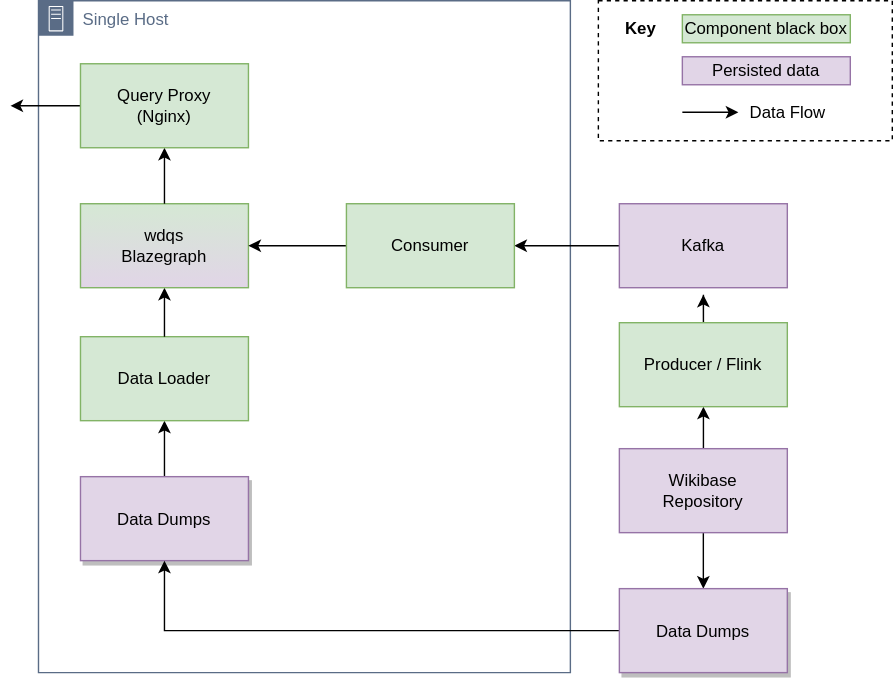
The draw.io diagram systems/Query/diagrams/07-wikidata-deployment-single-host.drawio.svg in wmde/wikidata-wikibase-architecture, before a commit. Source tidied: cells renumbered, new cells last; positions are measured from the earlier drawing's top-left corner, leaving out a move shared by most shapes. Its diagram source:
```xml
<mxGraphModel>
  <root>
    <mxCell id="0" />
    <mxCell id="1" parent="0" />
    <mxCell id="2" value="Single Host" style="gradientColor=none;html=1;whiteSpace=wrap;fontSize=12;fontStyle=0;shape=mxgraph.aws4.group;grIcon=mxgraph.aws4.group_on_premise;strokeColor=#5A6C86;fillColor=none;verticalAlign=top;align=left;spacingLeft=30;fontColor=#5A6C86;dashed=0;" parent="1" vertex="1">
      <mxGeometry x="20" width="380" height="480" as="geometry" />
    </mxCell>
    <mxCell id="3" style="edgeStyle=orthogonalEdgeStyle;rounded=0;jettySize=auto;html=1;" parent="1" edge="1" source="5" target="25">
      <mxGeometry relative="1" as="geometry" />
    </mxCell>
    <mxCell id="4" style="edgeStyle=orthogonalEdgeStyle;rounded=0;jettySize=auto;html=1;entryX=0.5;entryY=1;entryDx=0;entryDy=0;" parent="1" edge="1" source="5" target="27">
      <mxGeometry relative="1" as="geometry" />
    </mxCell>
    <mxCell id="5" value="Wikibase&lt;br&gt;Repository" style="rounded=0;whiteSpace=wrap;html=1;fillColor=#e1d5e7;strokeColor=#9673a6;" parent="1" vertex="1">
      <mxGeometry x="435" y="320" width="120" height="60" as="geometry" />
    </mxCell>
    <mxCell id="6" style="edgeStyle=orthogonalEdgeStyle;rounded=0;jettySize=auto;html=1;entryX=1;entryY=0.5;entryDx=0;entryDy=0;" parent="1" edge="1" source="7" target="23">
      <mxGeometry relative="1" as="geometry" />
    </mxCell>
    <mxCell id="7" value="Kafka" style="rounded=0;whiteSpace=wrap;html=1;fillColor=#e1d5e7;strokeColor=#9673a6;" parent="1" vertex="1">
      <mxGeometry x="435" y="145" width="120" height="60" as="geometry" />
    </mxCell>
    <mxCell id="8" style="rounded=0;whiteSpace=wrap;html=1;fillColor=none;dashed=1;" parent="1" vertex="1">
      <mxGeometry x="420" width="210" height="100" as="geometry" />
    </mxCell>
    <mxCell id="9" value="&lt;b&gt;Key&lt;/b&gt;" style="text;html=1;align=center;verticalAlign=middle;strokeColor=none;" parent="1" vertex="1">
      <mxGeometry x="430" y="10" width="40" height="20" as="geometry" />
    </mxCell>
    <mxCell id="10" value="Component black box" style="rounded=0;whiteSpace=wrap;html=1;align=center;fillColor=#d5e8d4;strokeColor=#82b366;" parent="1" vertex="1">
      <mxGeometry x="480" y="10" width="120" height="20" as="geometry" />
    </mxCell>
    <mxCell id="11" value="Persisted data" style="rounded=0;whiteSpace=wrap;html=1;align=center;fillColor=#e1d5e7;strokeColor=#9673a6;" parent="1" vertex="1">
      <mxGeometry x="480" y="40" width="120" height="20" as="geometry" />
    </mxCell>
    <mxCell id="12" style="endArrow=classic;html=1;" parent="1" edge="1">
      <mxGeometry relative="1" as="geometry">
        <mxPoint x="480" y="79.7" as="sourcePoint" />
        <mxPoint x="520" y="79.7" as="targetPoint" />
      </mxGeometry>
    </mxCell>
    <mxCell id="13" value="Data Flow" style="text;html=1;align=center;verticalAlign=middle;strokeColor=none;" parent="1" vertex="1">
      <mxGeometry x="520" y="70" width="70" height="20" as="geometry" />
    </mxCell>
    <mxCell id="14" style="edgeStyle=orthogonalEdgeStyle;rounded=0;jettySize=auto;html=1;entryX=0.5;entryY=1;entryDx=0;entryDy=0;" parent="1" edge="1" source="15" target="16">
      <mxGeometry relative="1" as="geometry" />
    </mxCell>
    <mxCell id="15" value="Data Dumps" style="rounded=0;shadow=1;fontSize=12;strokeColor=#9673a6;direction=west;fillColor=#e1d5e7;" parent="1" vertex="1">
      <mxGeometry x="50" y="340" width="120" height="60" as="geometry" />
    </mxCell>
    <mxCell id="16" value="Data Loader" style="rounded=0;whiteSpace=wrap;html=1;fillColor=#d5e8d4;strokeColor=#82b366;" parent="1" vertex="1">
      <mxGeometry x="50" y="240" width="120" height="60" as="geometry" />
    </mxCell>
    <mxCell id="17" style="edgeStyle=orthogonalEdgeStyle;rounded=0;jettySize=auto;html=1;entryX=0.5;entryY=1;entryDx=0;entryDy=0;" parent="1" edge="1" source="16" target="18">
      <mxGeometry relative="1" as="geometry" />
    </mxCell>
    <mxCell id="18" value="wdqs&lt;br&gt;Blazegraph" style="rounded=0;whiteSpace=wrap;html=1;fillColor=#d5e8d4;strokeColor=#82b366;gradientColor=#E1D5E7;" parent="1" vertex="1">
      <mxGeometry x="50" y="145" width="120" height="60" as="geometry" />
    </mxCell>
    <mxCell id="19" style="edgeStyle=orthogonalEdgeStyle;rounded=0;jettySize=auto;html=1;entryX=0.5;entryY=1;entryDx=0;entryDy=0;" parent="1" edge="1" source="18" target="21">
      <mxGeometry relative="1" as="geometry" />
    </mxCell>
    <mxCell id="20" style="edgeStyle=orthogonalEdgeStyle;rounded=0;jettySize=auto;html=1;" parent="1" edge="1" source="21">
      <mxGeometry relative="1" as="geometry">
        <mxPoint y="75" as="targetPoint" />
      </mxGeometry>
    </mxCell>
    <mxCell id="21" value="Query Proxy&lt;br&gt;(Nginx)" style="rounded=0;whiteSpace=wrap;html=1;fillColor=#d5e8d4;strokeColor=#82b366;" parent="1" vertex="1">
      <mxGeometry x="50" y="45" width="120" height="60" as="geometry" />
    </mxCell>
    <mxCell id="22" style="edgeStyle=orthogonalEdgeStyle;rounded=0;jettySize=auto;html=1;entryX=1;entryY=0.5;entryDx=0;entryDy=0;" parent="1" edge="1" source="23" target="18">
      <mxGeometry relative="1" as="geometry" />
    </mxCell>
    <mxCell id="23" value="Consumer" style="rounded=0;whiteSpace=wrap;html=1;fillColor=#d5e8d4;strokeColor=#82b366;" parent="1" vertex="1">
      <mxGeometry x="240" y="145" width="120" height="60" as="geometry" />
    </mxCell>
    <mxCell id="24" style="edgeStyle=orthogonalEdgeStyle;rounded=0;jettySize=auto;html=1;" parent="1" edge="1" source="25">
      <mxGeometry relative="1" as="geometry">
        <mxPoint x="495" y="210" as="targetPoint" />
      </mxGeometry>
    </mxCell>
    <mxCell id="25" value="Producer / Flink" style="rounded=0;whiteSpace=wrap;html=1;fillColor=#d5e8d4;strokeColor=#82b366;" parent="1" vertex="1">
      <mxGeometry x="435" y="230" width="120" height="60" as="geometry" />
    </mxCell>
    <mxCell id="26" style="edgeStyle=orthogonalEdgeStyle;rounded=0;jettySize=auto;html=1;" parent="1" edge="1" source="27" target="15">
      <mxGeometry relative="1" as="geometry" />
    </mxCell>
    <mxCell id="27" value="Data Dumps" style="rounded=0;shadow=1;fontSize=12;strokeColor=#9673a6;direction=west;fillColor=#e1d5e7;" parent="1" vertex="1">
      <mxGeometry x="435" y="420" width="120" height="60" as="geometry" />
    </mxCell>
  </root>
</mxGraphModel>
```
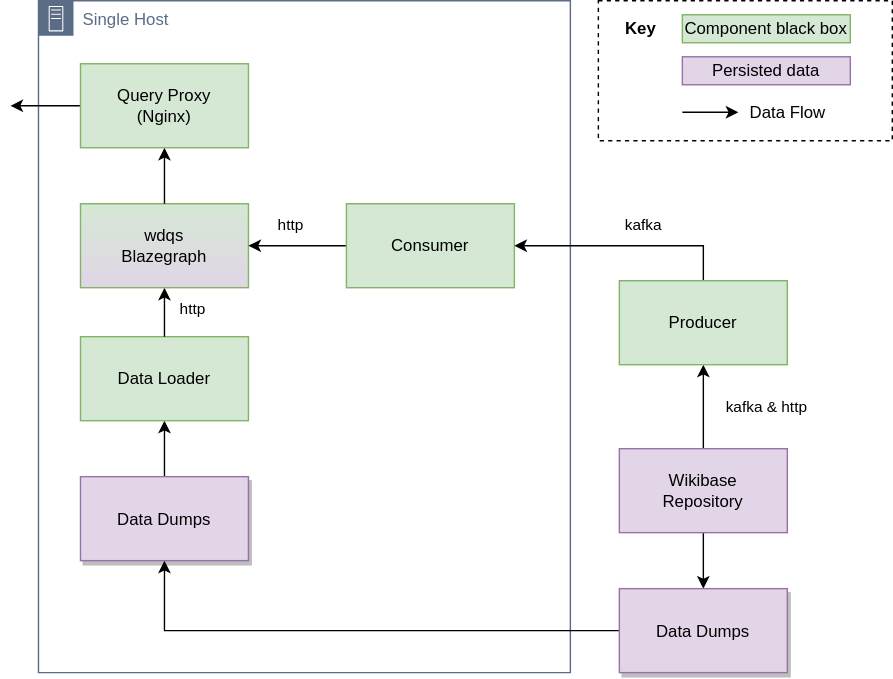
The same file after the commit.

Commit message:
Change terminology and mainly remove kafka

Diff of the diagram source:
```diff
@@ -8,18 +8,17 @@
     <mxCell id="3" style="edgeStyle=orthogonalEdgeStyle;rounded=0;jettySize=auto;html=1;" parent="1" edge="1" source="5" target="25">
       <mxGeometry relative="1" as="geometry" />
     </mxCell>
+    <mxCell id="28" value="kafka &amp;amp; http" style="edgeLabel;html=1;align=center;verticalAlign=middle;" parent="3" vertex="1">
+      <mxGeometry x="0.29" relative="1" as="geometry">
+        <mxPoint x="45" y="9" as="offset" />
+      </mxGeometry>
+    </mxCell>
     <mxCell id="4" style="edgeStyle=orthogonalEdgeStyle;rounded=0;jettySize=auto;html=1;entryX=0.5;entryY=1;entryDx=0;entryDy=0;" parent="1" edge="1" source="5" target="27">
       <mxGeometry relative="1" as="geometry" />
     </mxCell>
     <mxCell id="5" value="Wikibase&lt;br&gt;Repository" style="rounded=0;whiteSpace=wrap;html=1;fillColor=#e1d5e7;strokeColor=#9673a6;" parent="1" vertex="1">
       <mxGeometry x="435" y="320" width="120" height="60" as="geometry" />
     </mxCell>
-    <mxCell id="6" style="edgeStyle=orthogonalEdgeStyle;rounded=0;jettySize=auto;html=1;entryX=1;entryY=0.5;entryDx=0;entryDy=0;" parent="1" edge="1" source="7" target="23">
-      <mxGeometry relative="1" as="geometry" />
-    </mxCell>
-    <mxCell id="7" value="Kafka" style="rounded=0;whiteSpace=wrap;html=1;fillColor=#e1d5e7;strokeColor=#9673a6;" parent="1" vertex="1">
-      <mxGeometry x="435" y="145" width="120" height="60" as="geometry" />
-    </mxCell>
     <mxCell id="8" style="rounded=0;whiteSpace=wrap;html=1;fillColor=none;dashed=1;" parent="1" vertex="1">
       <mxGeometry x="420" width="210" height="100" as="geometry" />
     </mxCell>
@@ -53,6 +52,11 @@
     <mxCell id="17" style="edgeStyle=orthogonalEdgeStyle;rounded=0;jettySize=auto;html=1;entryX=0.5;entryY=1;entryDx=0;entryDy=0;" parent="1" edge="1" source="16" target="18">
       <mxGeometry relative="1" as="geometry" />
     </mxCell>
+    <mxCell id="29" value="http" style="edgeLabel;html=1;align=center;verticalAlign=middle;" parent="17" vertex="1">
+      <mxGeometry x="0.35" y="-1" relative="1" as="geometry">
+        <mxPoint x="19" as="offset" />
+      </mxGeometry>
+    </mxCell>
     <mxCell id="18" value="wdqs&lt;br&gt;Blazegraph" style="rounded=0;whiteSpace=wrap;html=1;fillColor=#d5e8d4;strokeColor=#82b366;gradientColor=#E1D5E7;" parent="1" vertex="1">
       <mxGeometry x="50" y="145" width="120" height="60" as="geometry" />
     </mxCell>
@@ -70,16 +74,28 @@
     <mxCell id="22" style="edgeStyle=orthogonalEdgeStyle;rounded=0;jettySize=auto;html=1;entryX=1;entryY=0.5;entryDx=0;entryDy=0;" parent="1" edge="1" source="23" target="18">
       <mxGeometry relative="1" as="geometry" />
     </mxCell>
+    <mxCell id="30" value="http" style="edgeLabel;html=1;align=center;verticalAlign=middle;" parent="22" vertex="1">
+      <mxGeometry x="0.29" y="-2" relative="1" as="geometry">
+        <mxPoint x="5" y="-13" as="offset" />
+      </mxGeometry>
+    </mxCell>
     <mxCell id="23" value="Consumer" style="rounded=0;whiteSpace=wrap;html=1;fillColor=#d5e8d4;strokeColor=#82b366;" parent="1" vertex="1">
       <mxGeometry x="240" y="145" width="120" height="60" as="geometry" />
     </mxCell>
-    <mxCell id="24" style="edgeStyle=orthogonalEdgeStyle;rounded=0;jettySize=auto;html=1;" parent="1" edge="1" source="25">
-      <mxGeometry relative="1" as="geometry">
-        <mxPoint x="495" y="210" as="targetPoint" />
-      </mxGeometry>
-    </mxCell>
+    <mxCell id="31" style="edgeStyle=orthogonalEdgeStyle;rounded=0;jettySize=auto;html=1;entryX=1;entryY=0.5;entryDx=0;entryDy=0;" parent="1" edge="1" source="25" target="23">
+      <mxGeometry relative="1" as="geometry">
+        <Array as="points">
+          <mxPoint x="495" y="175" />
+        </Array>
+      </mxGeometry>
+    </mxCell>
+    <mxCell id="32" value="kafka" style="edgeLabel;html=1;align=center;verticalAlign=middle;" parent="31" vertex="1">
+      <mxGeometry x="-0.2" y="1" relative="1" as="geometry">
+        <mxPoint x="-4" y="-16" as="offset" />
+      </mxGeometry>
+    </mxCell>
-    <mxCell id="25" value="Producer / Flink" style="rounded=0;whiteSpace=wrap;html=1;fillColor=#d5e8d4;strokeColor=#82b366;" parent="1" vertex="1">
-      <mxGeometry x="435" y="230" width="120" height="60" as="geometry" />
+    <mxCell id="25" value="Producer" style="rounded=0;whiteSpace=wrap;html=1;fillColor=#d5e8d4;strokeColor=#82b366;" parent="1" vertex="1">
+      <mxGeometry x="435" y="200" width="120" height="60" as="geometry" />
     </mxCell>
     <mxCell id="26" style="edgeStyle=orthogonalEdgeStyle;rounded=0;jettySize=auto;html=1;" parent="1" edge="1" source="27" target="15">
       <mxGeometry relative="1" as="geometry" />
```
